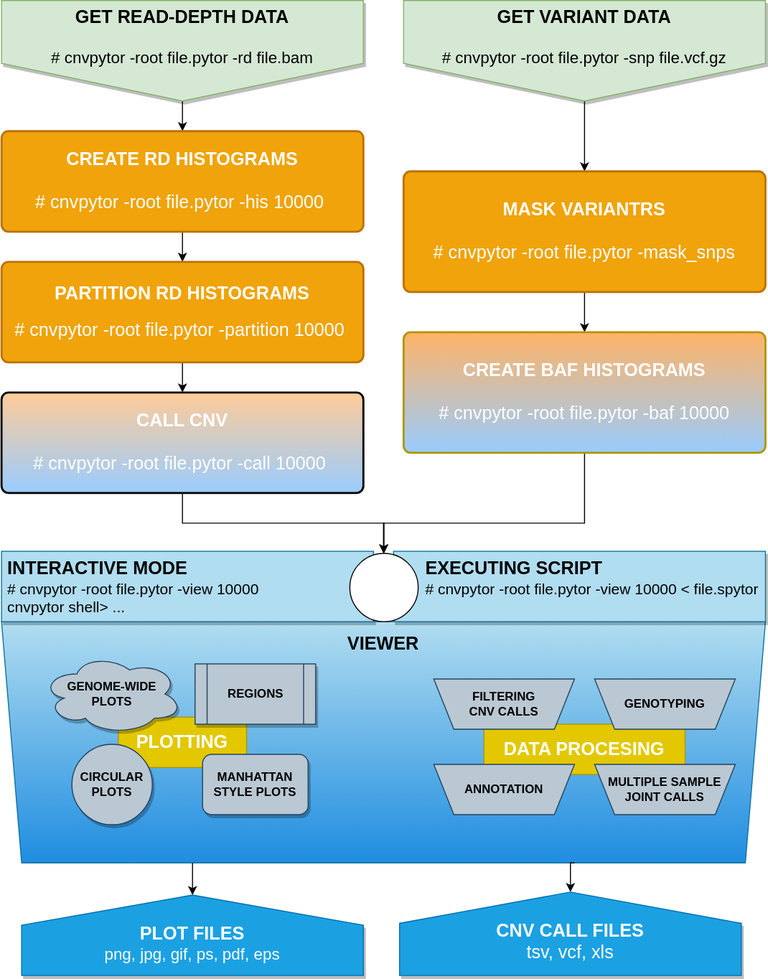
abyzovlab/CNVpytor keeps this draw.io diagram as cnvpytor/imgs/CNVpytor_v1.1.svg. Above is the earlier version. Source tidied: cells renumbered, new cells last; positions are measured from the earlier drawing's top-left corner, leaving out a move shared by most shapes.
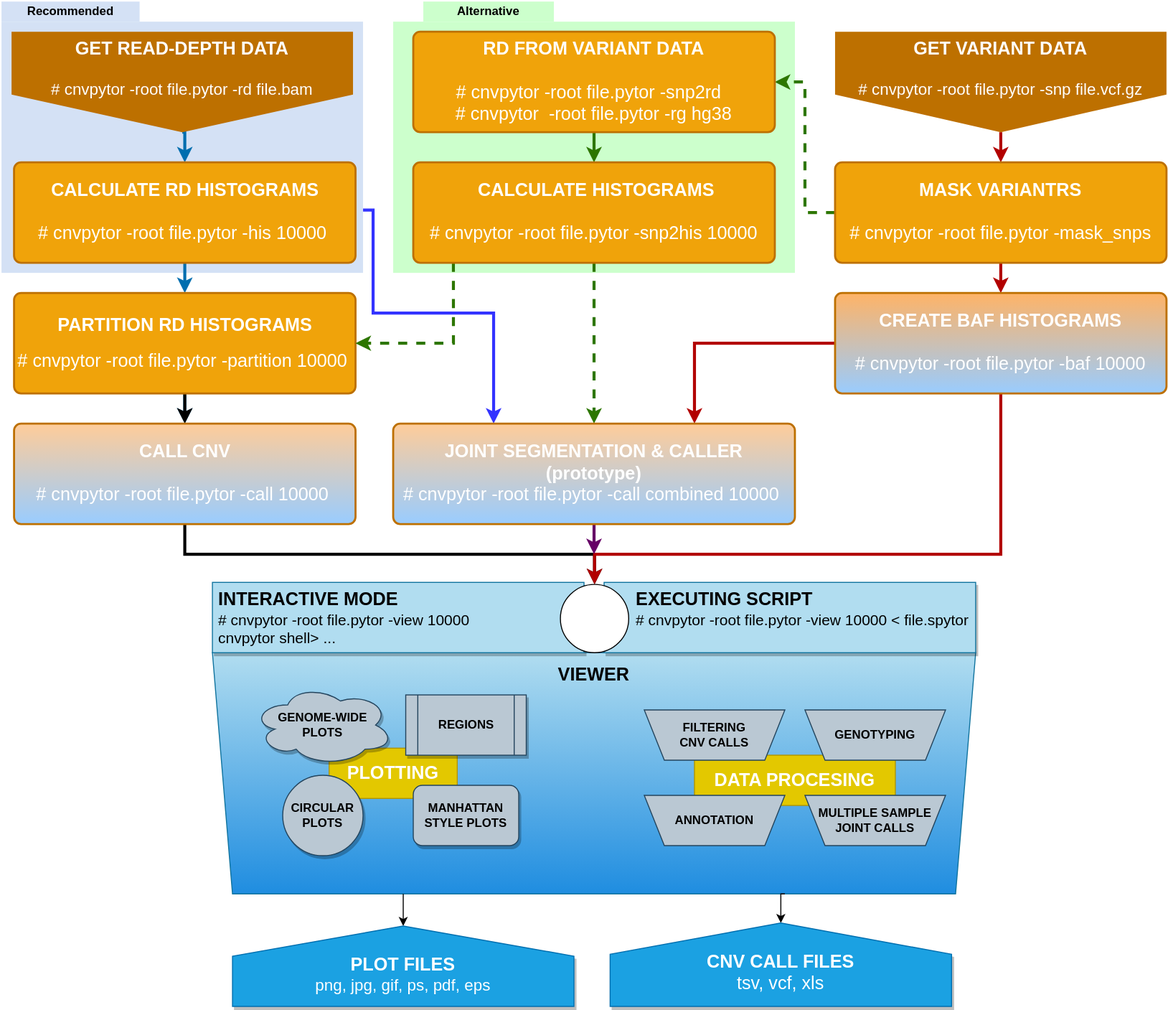
After the change.

Commit message:
Updating pipeline figure

The edit, as a diff of the source:
```diff
@@ -2,6 +2,21 @@
   <root>
     <mxCell id="0" />
     <mxCell id="1" parent="0" />
+    <mxCell id="37" style="rounded=0;whiteSpace=wrap;html=1;shadow=0;dashed=1;dashPattern=1 1;strokeWidth=3;strokeColor=none;fillColor=#CCFFCC;" parent="1" vertex="1">
+      <mxGeometry x="180" y="-10" width="400" height="250" as="geometry" />
+    </mxCell>
+    <mxCell id="38" style="edgeStyle=orthogonalEdgeStyle;rounded=0;jettySize=auto;html=1;exitX=1;exitY=0.75;exitDx=0;exitDy=0;entryX=0.25;entryY=0;entryDx=0;entryDy=0;strokeWidth=3;strokeColor=#3333FF;" parent="1" edge="1" source="39" target="52">
+      <mxGeometry relative="1" as="geometry">
+        <Array as="points">
+          <mxPoint x="160" y="178" />
+          <mxPoint x="160" y="280" />
+          <mxPoint x="280" y="280" />
+        </Array>
+      </mxGeometry>
+    </mxCell>
+    <mxCell id="39" style="rounded=0;whiteSpace=wrap;html=1;shadow=0;dashed=1;dashPattern=1 1;strokeWidth=3;fillColor=#D4E1F5;strokeColor=none;" parent="1" vertex="1">
+      <mxGeometry x="-210" y="-10" width="360" height="250" as="geometry" />
+    </mxCell>
     <mxCell id="2" style="shape=trapezoid;perimeter=trapezoidPerimeter;whiteSpace=wrap;html=1;fixedSize=1;direction=west;fillColor=#b1ddf0;strokeColor=#10739e;gradientDirection=north;gradientColor=#1F8DE0;" parent="1" vertex="1">
       <mxGeometry y="618" width="760" height="240" as="geometry" />
     </mxCell>
@@ -17,17 +32,17 @@
     <mxCell id="6" style="edgeStyle=orthogonalEdgeStyle;rounded=0;jettySize=auto;html=1;exitX=0.75;exitY=0;exitDx=0;exitDy=0;entryX=0.5;entryY=1;entryDx=0;entryDy=0;" parent="1" edge="1" source="2" target="34">
       <mxGeometry relative="1" as="geometry" />
     </mxCell>
-    <mxCell id="7" style="edgeStyle=orthogonalEdgeStyle;rounded=0;jettySize=auto;html=1;exitX=0.5;exitY=1;exitDx=0;exitDy=0;entryX=0.5;entryY=0;entryDx=0;entryDy=0;" parent="1" edge="1" source="8" target="17">
+    <mxCell id="7" style="edgeStyle=orthogonalEdgeStyle;rounded=0;jettySize=auto;html=1;exitX=0.5;exitY=1;exitDx=0;exitDy=0;entryX=0.5;entryY=0;entryDx=0;entryDy=0;strokeWidth=3;fillColor=#1ba1e2;strokeColor=#006EAF;" parent="1" edge="1" source="8" target="17">
       <mxGeometry relative="1" as="geometry" />
     </mxCell>
-    <mxCell id="8" value="&lt;div&gt;&lt;b&gt;&lt;font style=&quot;font-size: 18px&quot;&gt;GET READ-DEPTH DATA&lt;/font&gt;&lt;/b&gt;&lt;/div&gt;&lt;div&gt;&lt;font size=&quot;3&quot;&gt;&lt;br&gt;&lt;/font&gt;&lt;/div&gt;&lt;div&gt;&lt;font size=&quot;3&quot;&gt;# cnvpytor -root file.pytor -rd file.bam&lt;/font&gt;&lt;/div&gt;" style="shape=offPageConnector;whiteSpace=wrap;html=1;shadow=1;verticalAlign=top;labelBackgroundColor=none;align=center;horizontal=1;fillColor=#d5e8d4;strokeColor=#82b366;" parent="1" vertex="1">
-      <mxGeometry width="360" height="100" as="geometry" />
+    <mxCell id="8" value="&lt;div&gt;&lt;b&gt;&lt;font style=&quot;font-size: 18px&quot;&gt;GET READ-DEPTH DATA&lt;/font&gt;&lt;/b&gt;&lt;/div&gt;&lt;div&gt;&lt;font size=&quot;3&quot;&gt;&lt;br&gt;&lt;/font&gt;&lt;/div&gt;&lt;div&gt;&lt;font size=&quot;3&quot;&gt;# cnvpytor -root file.pytor -rd file.bam&lt;/font&gt;&lt;/div&gt;" style="shape=offPageConnector;whiteSpace=wrap;html=1;shadow=0;verticalAlign=top;labelBackgroundColor=none;align=center;horizontal=1;fillColor=#BD7000;fontColor=#FFFFFF;strokeColor=none;" parent="1" vertex="1">
+      <mxGeometry x="-200" width="340" height="100" as="geometry" />
     </mxCell>
-    <mxCell id="9" style="edgeStyle=orthogonalEdgeStyle;rounded=0;jettySize=auto;html=1;exitX=0.5;exitY=1;exitDx=0;exitDy=0;entryX=0.5;entryY=0;entryDx=0;entryDy=0;" parent="1" edge="1" source="10" target="23">
+    <mxCell id="9" style="edgeStyle=orthogonalEdgeStyle;rounded=0;jettySize=auto;html=1;exitX=0.5;exitY=1;exitDx=0;exitDy=0;entryX=0.5;entryY=0;entryDx=0;entryDy=0;strokeWidth=3;fillColor=#e51400;strokeColor=#B20000;" parent="1" edge="1" source="10" target="23">
       <mxGeometry relative="1" as="geometry" />
     </mxCell>
-    <mxCell id="10" value="&lt;div&gt;&lt;b&gt;&lt;font style=&quot;font-size: 18px&quot;&gt;GET VARIANT DATA&lt;/font&gt;&lt;/b&gt;&lt;/div&gt;&lt;div&gt;&lt;b&gt;&lt;font size=&quot;3&quot;&gt;&lt;br&gt;&lt;/font&gt;&lt;/b&gt;&lt;/div&gt;&lt;div&gt;&lt;font size=&quot;3&quot;&gt;# cnvpytor -root file.pytor -snp file.vcf.gz&lt;/font&gt;&lt;/div&gt;" style="shape=offPageConnector;whiteSpace=wrap;html=1;shadow=1;verticalAlign=top;labelBackgroundColor=none;align=center;horizontal=1;fillColor=#d5e8d4;strokeColor=#82b366;" parent="1" vertex="1">
-      <mxGeometry x="400" width="360" height="100" as="geometry" />
+    <mxCell id="10" value="&lt;div&gt;&lt;b&gt;&lt;font style=&quot;font-size: 18px&quot;&gt;GET VARIANT DATA&lt;/font&gt;&lt;/b&gt;&lt;/div&gt;&lt;div&gt;&lt;b&gt;&lt;font size=&quot;3&quot;&gt;&lt;br&gt;&lt;/font&gt;&lt;/b&gt;&lt;/div&gt;&lt;div&gt;&lt;font size=&quot;3&quot;&gt;# cnvpytor -root file.pytor -snp file.vcf.gz&lt;/font&gt;&lt;/div&gt;" style="shape=offPageConnector;whiteSpace=wrap;html=1;shadow=0;verticalAlign=top;labelBackgroundColor=none;align=center;horizontal=1;fillColor=#BD7000;fontColor=#FFFFFF;strokeColor=none;" parent="1" vertex="1">
+      <mxGeometry x="620" width="330" height="100" as="geometry" />
     </mxCell>
     <mxCell id="11" value="&lt;b&gt;MANHATTAN&lt;br&gt;STYLE PLOTS&lt;br&gt;&lt;/b&gt;" style="rounded=1;whiteSpace=wrap;html=1;shadow=1;labelBackgroundColor=none;align=center;fillColor=#bac8d3;strokeColor=#23445d;" parent="1" vertex="1">
       <mxGeometry x="200" y="750" width="105" height="60" as="geometry" />
@@ -44,41 +59,49 @@
     <mxCell id="15" value="&lt;font style=&quot;font-size: 15px&quot;&gt;&lt;b&gt;&lt;span&gt;&amp;nbsp;&lt;/span&gt;&lt;font style=&quot;font-size: 18px&quot;&gt;INTERACTIVE MODE&lt;/font&gt;&lt;br&gt;&lt;/b&gt;&lt;span&gt;&amp;nbsp;&lt;/span&gt;&lt;span&gt;# cnvpytor&amp;nbsp;-root file.pytor -view 10000&lt;/span&gt;&lt;br&gt;&lt;span&gt;&amp;nbsp;cnvpytor&amp;nbsp;shell&amp;gt; ...&lt;/span&gt;&lt;/font&gt;" style="rounded=0;whiteSpace=wrap;html=1;shadow=1;labelBackgroundColor=none;align=left;verticalAlign=top;fillColor=#b1ddf0;strokeColor=#10739e;" parent="1" vertex="1">
       <mxGeometry y="548" width="370" height="70" as="geometry" />
     </mxCell>
-    <mxCell id="16" style="edgeStyle=orthogonalEdgeStyle;rounded=0;jettySize=auto;html=1;exitX=0.5;exitY=1;exitDx=0;exitDy=0;entryX=0.5;entryY=0;entryDx=0;entryDy=0;" parent="1" edge="1" source="17" target="19">
+    <mxCell id="16" style="edgeStyle=orthogonalEdgeStyle;rounded=0;jettySize=auto;html=1;exitX=0.5;exitY=1;exitDx=0;exitDy=0;entryX=0.5;entryY=0;entryDx=0;entryDy=0;strokeWidth=3;fillColor=#1ba1e2;strokeColor=#006EAF;" parent="1" edge="1" source="17" target="19">
       <mxGeometry relative="1" as="geometry" />
     </mxCell>
-    <mxCell id="17" value="&lt;font style=&quot;font-size: 18px&quot;&gt;&lt;b style=&quot;text-align: left&quot;&gt;CREATE RD HISTOGRAMS&lt;/b&gt;&lt;br style=&quot;text-align: left&quot;&gt;&lt;br style=&quot;text-align: left&quot;&gt;&lt;span style=&quot;text-align: left&quot;&gt;# cnvpytor -root file.pytor -his 10000&amp;nbsp;&lt;/span&gt;&lt;/font&gt;" style="rounded=1;whiteSpace=wrap;html=1;absoluteArcSize=1;arcSize=14;strokeWidth=2;fillColor=#f0a30a;strokeColor=#BD7000;fontColor=#ffffff;" parent="1" vertex="1">
-      <mxGeometry y="130" width="360" height="100" as="geometry" />
+    <mxCell id="17" value="&lt;font style=&quot;font-size: 18px&quot;&gt;&lt;b style=&quot;text-align: left&quot;&gt;CALCULATE RD HISTOGRAMS&lt;/b&gt;&lt;br style=&quot;text-align: left&quot;&gt;&lt;br style=&quot;text-align: left&quot;&gt;&lt;span style=&quot;text-align: left&quot;&gt;# cnvpytor -root file.pytor -his 10000&amp;nbsp;&lt;/span&gt;&lt;/font&gt;" style="rounded=1;whiteSpace=wrap;html=1;absoluteArcSize=1;arcSize=14;strokeWidth=2;fillColor=#f0a30a;strokeColor=#BD7000;fontColor=#ffffff;" parent="1" vertex="1">
+      <mxGeometry x="-197.5" y="130" width="340" height="100" as="geometry" />
     </mxCell>
-    <mxCell id="18" style="edgeStyle=orthogonalEdgeStyle;rounded=0;jettySize=auto;html=1;exitX=0.5;exitY=1;exitDx=0;exitDy=0;entryX=0.5;entryY=0;entryDx=0;entryDy=0;" parent="1" edge="1" source="19" target="21">
+    <mxCell id="18" style="edgeStyle=orthogonalEdgeStyle;rounded=0;jettySize=auto;html=1;exitX=0.5;exitY=1;exitDx=0;exitDy=0;entryX=0.5;entryY=0;entryDx=0;entryDy=0;strokeWidth=3;fillColor=#1ba1e2;strokeColor=#006EAF;" parent="1" edge="1" source="19" target="21">
       <mxGeometry relative="1" as="geometry" />
     </mxCell>
+    <mxCell id="40" style="edgeStyle=orthogonalEdgeStyle;rounded=0;jettySize=auto;html=1;strokeWidth=3;" parent="1" edge="1" source="19" target="21">
+      <mxGeometry relative="1" as="geometry" />
+    </mxCell>
     <mxCell id="19" value="&lt;b style=&quot;font-size: 18px ; text-align: left&quot;&gt;PARTITION RD HISTOGRAMS&lt;br&gt;&lt;/b&gt;&lt;br style=&quot;font-size: 18px ; text-align: left&quot;&gt;&lt;span style=&quot;font-size: 18px ; text-align: left&quot;&gt;#&amp;nbsp;&lt;/span&gt;&lt;span style=&quot;font-size: 18px ; text-align: left&quot;&gt;cnvpytor&lt;/span&gt;&lt;span style=&quot;font-size: 18px ; text-align: left&quot;&gt;&amp;nbsp;-root file.pytor -partition 10000&amp;nbsp;&lt;/span&gt;" style="rounded=1;whiteSpace=wrap;html=1;absoluteArcSize=1;arcSize=14;strokeWidth=2;fillColor=#f0a30a;strokeColor=#BD7000;fontColor=#ffffff;" parent="1" vertex="1">
-      <mxGeometry y="260" width="360" height="100" as="geometry" />
+      <mxGeometry x="-197.5" y="260" width="340" height="100" as="geometry" />
     </mxCell>
-    <mxCell id="20" style="edgeStyle=orthogonalEdgeStyle;rounded=0;jettySize=auto;html=1;exitX=0.5;exitY=1;exitDx=0;exitDy=0;entryX=0.5;entryY=0;entryDx=0;entryDy=0;" parent="1" edge="1" source="21" target="33">
+    <mxCell id="20" style="edgeStyle=orthogonalEdgeStyle;rounded=0;jettySize=auto;html=1;exitX=0.5;exitY=1;exitDx=0;exitDy=0;entryX=0.5;entryY=0;entryDx=0;entryDy=0;strokeWidth=3;" parent="1" edge="1" source="21" target="33">
       <mxGeometry relative="1" as="geometry" />
     </mxCell>
-    <mxCell id="21" value="&lt;font&gt;&lt;font style=&quot;font-size: 18px&quot; color=&quot;#ffffff&quot;&gt;&lt;b style=&quot;text-align: left&quot;&gt;CALL CNV&lt;/b&gt;&lt;br style=&quot;text-align: left&quot;&gt;&lt;br style=&quot;text-align: left&quot;&gt;&lt;span style=&quot;text-align: left&quot;&gt;#&amp;nbsp;&lt;/span&gt;&lt;span style=&quot;text-align: left&quot;&gt;cnvpytor&lt;/span&gt;&lt;span style=&quot;text-align: left&quot;&gt;&amp;nbsp;-root file.pytor -call 10000&amp;nbsp;&lt;/span&gt;&lt;/font&gt;&lt;br&gt;&lt;/font&gt;" style="rounded=1;whiteSpace=wrap;html=1;absoluteArcSize=1;arcSize=14;strokeWidth=2;gradientColor=#99CCFF;fillColor=#FFCC99;" parent="1" vertex="1">
-      <mxGeometry y="390" width="360" height="100" as="geometry" />
+    <mxCell id="21" value="&lt;font&gt;&lt;font style=&quot;font-size: 18px&quot; color=&quot;#ffffff&quot;&gt;&lt;b style=&quot;text-align: left&quot;&gt;CALL CNV&lt;/b&gt;&lt;br style=&quot;text-align: left&quot;&gt;&lt;br style=&quot;text-align: left&quot;&gt;&lt;span style=&quot;text-align: left&quot;&gt;#&amp;nbsp;&lt;/span&gt;&lt;span style=&quot;text-align: left&quot;&gt;cnvpytor&lt;/span&gt;&lt;span style=&quot;text-align: left&quot;&gt;&amp;nbsp;-root file.pytor -call 10000&amp;nbsp;&lt;/span&gt;&lt;/font&gt;&lt;br&gt;&lt;/font&gt;" style="rounded=1;whiteSpace=wrap;html=1;absoluteArcSize=1;arcSize=14;strokeWidth=2;gradientColor=#99CCFF;fillColor=#FFCC99;strokeColor=#BD7000;" parent="1" vertex="1">
+      <mxGeometry x="-197.5" y="390" width="340" height="100" as="geometry" />
     </mxCell>
-    <mxCell id="22" style="edgeStyle=orthogonalEdgeStyle;rounded=0;jettySize=auto;html=1;exitX=0.5;exitY=1;exitDx=0;exitDy=0;entryX=0.5;entryY=0;entryDx=0;entryDy=0;" parent="1" edge="1" source="23" target="25">
+    <mxCell id="22" style="edgeStyle=orthogonalEdgeStyle;rounded=0;jettySize=auto;html=1;exitX=0.5;exitY=1;exitDx=0;exitDy=0;entryX=0.5;entryY=0;entryDx=0;entryDy=0;strokeWidth=3;fillColor=#e51400;strokeColor=#B20000;" parent="1" edge="1" source="23" target="25">
       <mxGeometry relative="1" as="geometry" />
     </mxCell>
+    <mxCell id="41" style="edgeStyle=orthogonalEdgeStyle;rounded=0;jettySize=auto;html=1;exitX=0;exitY=0.5;exitDx=0;exitDy=0;entryX=1;entryY=0.5;entryDx=0;entryDy=0;strokeWidth=3;fillColor=#60a917;strokeColor=#2D7600;dashed=1;" parent="1" edge="1" source="23" target="45">
+      <mxGeometry relative="1" as="geometry" />
+    </mxCell>
     <mxCell id="23" value="&lt;font style=&quot;font-size: 18px&quot;&gt;&lt;b style=&quot;text-align: left&quot;&gt;MASK VARIANTRS&lt;br&gt;&lt;/b&gt;&lt;br style=&quot;text-align: left&quot;&gt;&lt;span style=&quot;text-align: left&quot;&gt;# cnvpytor -root file.pytor -mask_snps&lt;/span&gt;&lt;/font&gt;" style="rounded=1;whiteSpace=wrap;html=1;absoluteArcSize=1;arcSize=14;strokeWidth=2;fillColor=#f0a30a;strokeColor=#BD7000;fontColor=#ffffff;" parent="1" vertex="1">
-      <mxGeometry x="400" y="170" width="360" height="120" as="geometry" />
+      <mxGeometry x="620" y="130" width="330" height="100" as="geometry" />
     </mxCell>
-    <mxCell id="24" style="edgeStyle=orthogonalEdgeStyle;rounded=0;jettySize=auto;html=1;exitX=0.5;exitY=1;exitDx=0;exitDy=0;" parent="1" edge="1" source="25">
-      <mxGeometry relative="1" as="geometry">
-        <mxPoint x="380" y="550" as="targetPoint" />
-        <Array as="points">
-          <mxPoint x="580" y="520" />
-          <mxPoint x="380" y="520" />
-        </Array>
-      </mxGeometry>
-    </mxCell>
+    <mxCell id="42" style="edgeStyle=orthogonalEdgeStyle;rounded=0;jettySize=auto;html=1;exitX=0.5;exitY=1;exitDx=0;exitDy=0;entryX=0.5;entryY=0;entryDx=0;entryDy=0;strokeWidth=3;fillColor=#e51400;strokeColor=#B20000;" parent="1" edge="1" source="25" target="33">
+      <mxGeometry relative="1" as="geometry">
+        <Array as="points">
+          <mxPoint x="785" y="520" />
+          <mxPoint x="381" y="520" />
+        </Array>
+      </mxGeometry>
+    </mxCell>
+    <mxCell id="43" style="edgeStyle=orthogonalEdgeStyle;rounded=0;jettySize=auto;html=1;exitX=0;exitY=0.5;exitDx=0;exitDy=0;entryX=0.75;entryY=0;entryDx=0;entryDy=0;strokeColor=#B20000;strokeWidth=3;" parent="1" edge="1" source="25" target="52">
+      <mxGeometry relative="1" as="geometry" />
+    </mxCell>
-    <mxCell id="25" value="&lt;font style=&quot;font-size: 18px&quot;&gt;&lt;span style=&quot;font-weight: bold ; text-align: left&quot;&gt;CREATE BAF HISTOGRAMS&lt;/span&gt;&lt;br style=&quot;text-align: left&quot;&gt;&lt;br style=&quot;text-align: left&quot;&gt;&lt;span style=&quot;text-align: left&quot;&gt;# cnvpytor -root file.pytor -baf 10000&lt;/span&gt;&lt;/font&gt;" style="rounded=1;whiteSpace=wrap;html=1;absoluteArcSize=1;arcSize=14;strokeWidth=2;strokeColor=#B09500;fontColor=#ffffff;gradientColor=#99CCFF;fillColor=#FFB366;" parent="1" vertex="1">
-      <mxGeometry x="400" y="330" width="360" height="120" as="geometry" />
+    <mxCell id="25" value="&lt;font style=&quot;font-size: 18px&quot;&gt;&lt;span style=&quot;font-weight: bold ; text-align: left&quot;&gt;CREATE BAF HISTOGRAMS&lt;/span&gt;&lt;br style=&quot;text-align: left&quot;&gt;&lt;br style=&quot;text-align: left&quot;&gt;&lt;span style=&quot;text-align: left&quot;&gt;# cnvpytor -root file.pytor -baf 10000&lt;/span&gt;&lt;/font&gt;" style="rounded=1;whiteSpace=wrap;html=1;absoluteArcSize=1;arcSize=14;strokeWidth=2;fontColor=#ffffff;gradientColor=#99CCFF;fillColor=#FFB366;strokeColor=#BD7000;" parent="1" vertex="1">
+      <mxGeometry x="620" y="260" width="330" height="100" as="geometry" />
     </mxCell>
     <mxCell id="26" value="&lt;font&gt;&lt;b style=&quot;font-size: 18px&quot;&gt;EXECUTING SCRIPT&lt;/b&gt; &lt;br&gt;&lt;font style=&quot;font-size: 15px&quot;&gt;# cnvpytor&amp;nbsp;-root file.pytor -view 10000 &amp;lt; file.spytor&lt;/font&gt;&lt;br&gt;&lt;/font&gt;" style="rounded=0;whiteSpace=wrap;html=1;shadow=1;labelBackgroundColor=none;align=left;verticalAlign=top;fillColor=#b1ddf0;strokeColor=#10739e;spacingLeft=30;" parent="1" vertex="1">
       <mxGeometry x="390" y="548" width="370" height="70" as="geometry" />
@@ -116,5 +139,38 @@
     <mxCell id="36" value="&lt;b&gt;&lt;font style=&quot;font-size: 18px&quot;&gt;VIEWER&lt;/font&gt;&lt;/b&gt;" style="text;html=1;strokeColor=none;fillColor=none;align=center;verticalAlign=middle;whiteSpace=wrap;rounded=0;" parent="1" vertex="1">
       <mxGeometry x="287.2" y="630" width="185.5" height="20" as="geometry" />
     </mxCell>
+    <mxCell id="44" style="edgeStyle=orthogonalEdgeStyle;rounded=0;jettySize=auto;html=1;exitX=0.5;exitY=1;exitDx=0;exitDy=0;entryX=0.5;entryY=0;entryDx=0;entryDy=0;strokeWidth=3;fillColor=#60a917;strokeColor=#2D7600;" parent="1" edge="1" source="45" target="48">
+      <mxGeometry relative="1" as="geometry" />
+    </mxCell>
+    <mxCell id="45" value="&lt;font style=&quot;font-size: 18px&quot;&gt;&lt;b style=&quot;text-align: left&quot;&gt;RD FROM VARIANT DATA&lt;br&gt;&lt;/b&gt;&lt;br style=&quot;text-align: left&quot;&gt;&lt;/font&gt;&lt;div&gt;&lt;font style=&quot;font-size: 18px&quot;&gt;&lt;span style=&quot;text-align: left&quot;&gt;# cnvpytor -root file.pytor -snp2rd&amp;nbsp;&amp;nbsp; &lt;br&gt;&lt;/span&gt;&lt;/font&gt;&lt;/div&gt;&lt;div&gt;&lt;font style=&quot;font-size: 18px&quot;&gt;&lt;span style=&quot;text-align: left&quot;&gt;# cnvpytor&amp;nbsp; &lt;/span&gt;&lt;/font&gt;&lt;font style=&quot;font-size: 18px&quot;&gt;&lt;span style=&quot;text-align: left&quot;&gt;&lt;font style=&quot;font-size: 18px&quot;&gt;&lt;span style=&quot;text-align: left&quot;&gt;-root file.pytor -rg hg38&lt;br&gt;&lt;/span&gt;&lt;/font&gt;&lt;/span&gt;&lt;/font&gt;&lt;/div&gt;" style="rounded=1;whiteSpace=wrap;html=1;absoluteArcSize=1;arcSize=14;strokeWidth=2;fillColor=#f0a30a;strokeColor=#BD7000;fontColor=#ffffff;" parent="1" vertex="1">
+      <mxGeometry x="200" width="360" height="100" as="geometry" />
+    </mxCell>
+    <mxCell id="46" style="edgeStyle=orthogonalEdgeStyle;rounded=0;jettySize=auto;html=1;exitX=0.111;exitY=1;exitDx=0;exitDy=0;entryX=1;entryY=0.5;entryDx=0;entryDy=0;strokeWidth=3;fillColor=#60a917;strokeColor=#2D7600;dashed=1;exitPerimeter=0;" parent="1" edge="1" source="48" target="19">
+      <mxGeometry relative="1" as="geometry">
+        <Array as="points">
+          <mxPoint x="240" y="310" />
+        </Array>
+      </mxGeometry>
+    </mxCell>
+    <mxCell id="47" style="edgeStyle=orthogonalEdgeStyle;rounded=0;jettySize=auto;html=1;exitX=0.5;exitY=1;exitDx=0;exitDy=0;entryX=0.5;entryY=0;entryDx=0;entryDy=0;strokeColor=#2D7600;strokeWidth=3;dashed=1;" parent="1" edge="1" source="48" target="52">
+      <mxGeometry relative="1" as="geometry" />
+    </mxCell>
+    <mxCell id="48" value="&lt;font style=&quot;font-size: 18px&quot;&gt;&lt;b style=&quot;text-align: left&quot;&gt;&amp;nbsp;CALCULATE HISTOGRAMS &lt;br&gt;&lt;/b&gt;&lt;br style=&quot;text-align: left&quot;&gt;&lt;span style=&quot;text-align: left&quot;&gt;# cnvpytor -root file.pytor -snp2his 10000&lt;br&gt;&lt;/span&gt;&lt;/font&gt;" style="rounded=1;whiteSpace=wrap;html=1;absoluteArcSize=1;arcSize=14;strokeWidth=2;fillColor=#f0a30a;strokeColor=#BD7000;fontColor=#ffffff;" parent="1" vertex="1">
+      <mxGeometry x="200" y="130" width="360" height="100" as="geometry" />
+    </mxCell>
+    <mxCell id="49" value="&lt;div align=&quot;center&quot;&gt;&lt;b&gt;Alternative&lt;/b&gt;&lt;/div&gt;" style="rounded=0;whiteSpace=wrap;html=1;shadow=0;dashed=1;dashPattern=1 1;strokeWidth=3;strokeColor=none;fillColor=#CCFFCC;align=center;" parent="1" vertex="1">
+      <mxGeometry x="210" y="-30" width="130" height="20" as="geometry" />
+    </mxCell>
+    <mxCell id="50" value="&lt;b&gt;Recommended&lt;/b&gt;" style="rounded=0;whiteSpace=wrap;html=1;shadow=0;dashed=1;dashPattern=1 1;strokeWidth=3;fillColor=#D4E1F5;strokeColor=none;" parent="1" vertex="1">
+      <mxGeometry x="-210" y="-30" width="137.5" height="20" as="geometry" />
+    </mxCell>
+    <mxCell id="51" style="edgeStyle=orthogonalEdgeStyle;rounded=0;jettySize=auto;html=1;exitX=0.5;exitY=1;exitDx=0;exitDy=0;strokeColor=#660066;strokeWidth=3;" parent="1" edge="1" source="52">
+      <mxGeometry relative="1" as="geometry">
+        <mxPoint x="380" y="520" as="targetPoint" />
+      </mxGeometry>
+    </mxCell>
+    <mxCell id="52" value="&lt;div&gt;&lt;font&gt;&lt;font style=&quot;font-size: 18px&quot; color=&quot;#ffffff&quot;&gt;&lt;b style=&quot;text-align: left&quot;&gt;JOINT SEGMENTATION &amp;amp; CALLER&lt;br&gt;(prototype)&lt;br&gt;&lt;/b&gt;&lt;/font&gt;&lt;/font&gt;&lt;/div&gt;&lt;font&gt;&lt;font style=&quot;font-size: 18px&quot; color=&quot;#ffffff&quot;&gt;&lt;span style=&quot;text-align: left&quot;&gt;#&amp;nbsp;&lt;/span&gt;&lt;span style=&quot;text-align: left&quot;&gt;cnvpytor&lt;/span&gt;&lt;span style=&quot;text-align: left&quot;&gt;&amp;nbsp;-root file.pytor -call combined 10000&amp;nbsp;&lt;/span&gt;&lt;/font&gt;&lt;br&gt;&lt;/font&gt;" style="rounded=1;whiteSpace=wrap;html=1;absoluteArcSize=1;arcSize=14;strokeWidth=2;gradientColor=#99CCFF;fillColor=#FFCC99;strokeColor=#BD7000;" parent="1" vertex="1">
+      <mxGeometry x="180" y="390" width="400" height="100" as="geometry" />
+    </mxCell>
   </root>
 </mxGraphModel>
```
